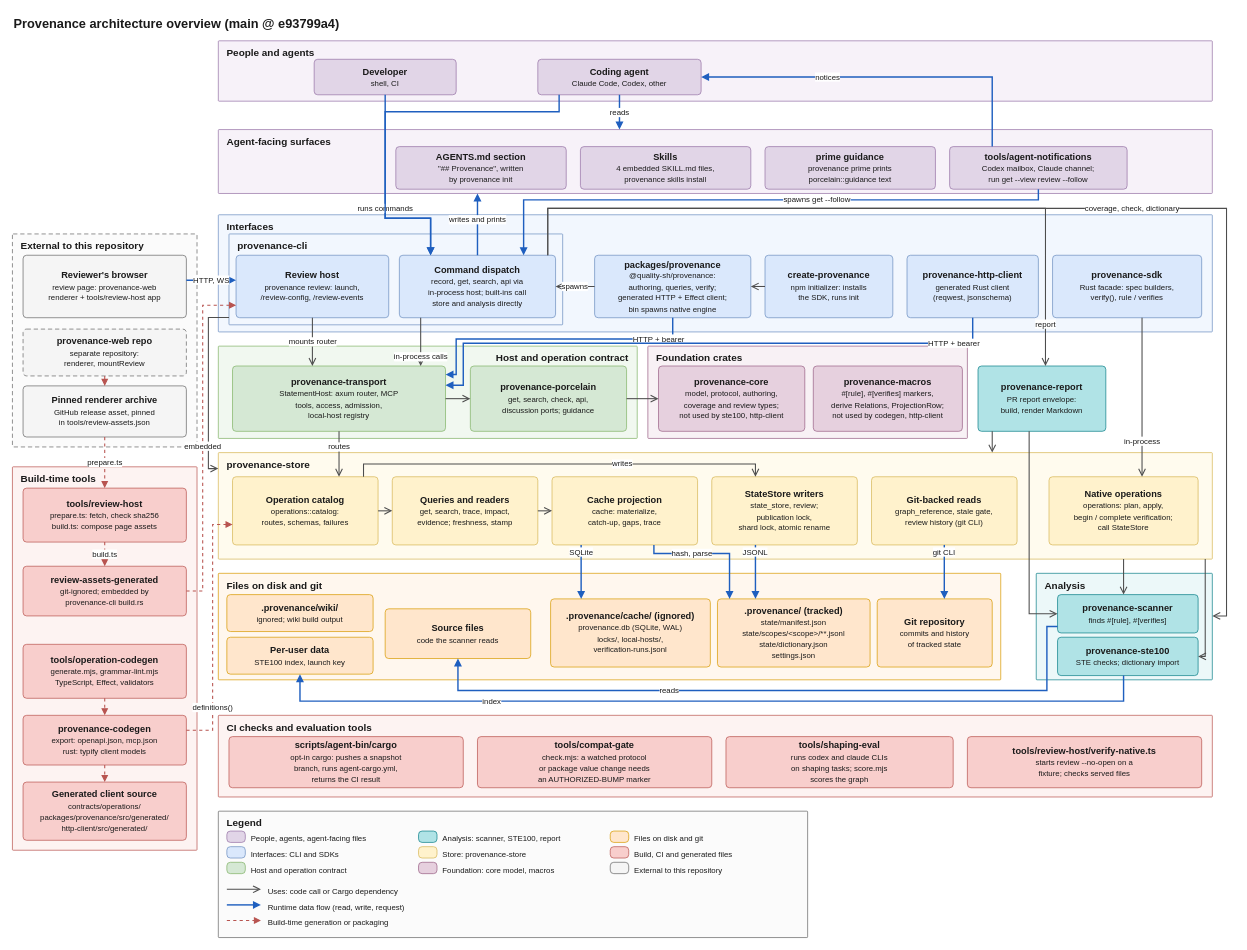
Before: docs/architecture/diagrams/00-overview.drawio in quality-sh/provenance, a draw.io diagram. Source tidied: cells renumbered, new cells numbered last; positions are measured from the earlier drawing's top-left corner, leaving out a move shared by most shapes. Both pictures are drawn from the tidied source at 71%, with x=0, y=0 at pixel (12, 12).
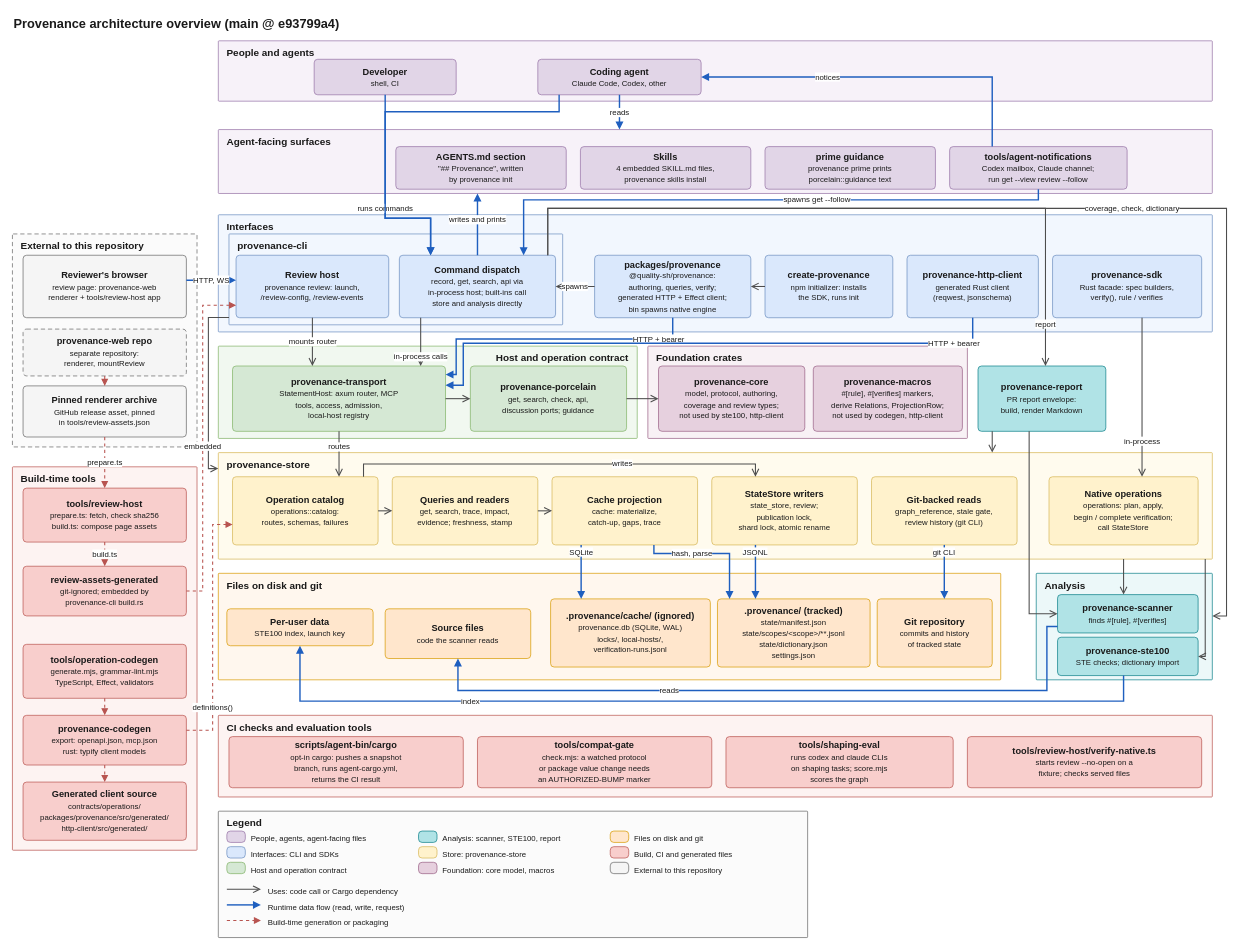
Above is the later version.

The change refers to these unchanged cells:
```xml
<mxCell id="43" value="Files on disk and git" style="rounded=1;arcSize=2;absoluteArcSize=1;whiteSpace=wrap;html=1;fillColor=#fff7ee;strokeColor=#d79b00;verticalAlign=top;align=left;spacingLeft=10;spacingRight=10;spacingTop=2;fontStyle=1;fontSize=14;fontColor=#1a1a1a;" parent="1" vertex="1">
  <mxGeometry x="290" y="790" width="1102" height="150" as="geometry" />
</mxCell>
```

Diff of the diagram source:
```diff
@@
-    <mxCell id="44" value="&lt;b&gt;.provenance/wiki/&lt;/b&gt;&lt;br&gt;&lt;font style=&quot;font-size:11px&quot;&gt;ignored; wiki build output&lt;/font&gt;" style="rounded=1;arcSize=10;absoluteArcSize=1;whiteSpace=wrap;html=1;fillColor=#ffe6cc;strokeColor=#d79b00;fontSize=13;fontColor=#1a1a1a;verticalAlign=middle;align=center;spacing=4;" parent="43" vertex="1">
-      <mxGeometry x="12" y="30" width="206" height="52" as="geometry" />
-    </mxCell>
     <mxCell id="45" value="&lt;b&gt;Per-user data&lt;/b&gt;&lt;br&gt;&lt;font style=&quot;font-size:11px&quot;&gt;STE100 index, launch key&lt;/font&gt;" style="rounded=1;arcSize=10;absoluteArcSize=1;whiteSpace=wrap;html=1;fillColor=#ffe6cc;strokeColor=#d79b00;fontSize=13;fontColor=#1a1a1a;verticalAlign=middle;align=center;spacing=4;" parent="43" vertex="1">
-      <mxGeometry x="12" y="90" width="206" height="52" as="geometry" />
+      <mxGeometry x="12" y="50" width="206" height="52" as="geometry" />
     </mxCell>
```
